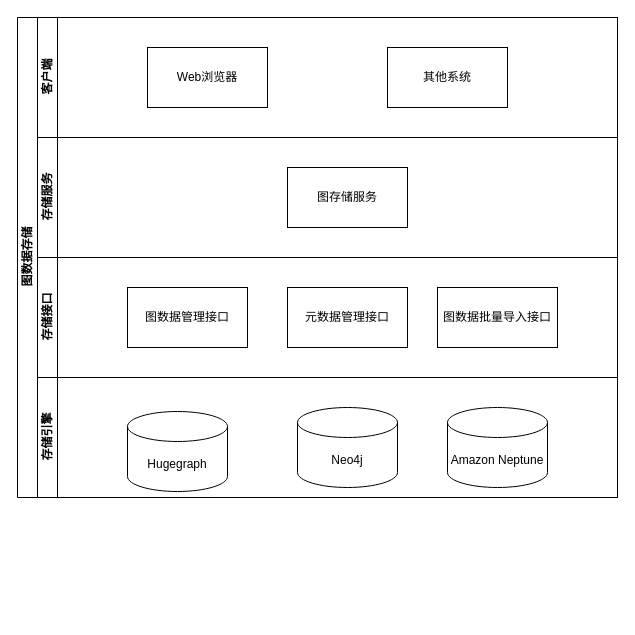
The draw.io diagram 图数据存储概要设计说明.drawio in Missnaughty/drawio, before the edit. Source tidied: cells renumbered, new cells numbered last; positions are measured from the earlier drawing's top-left corner, leaving out a move shared by most shapes. Both pictures are drawn from the tidied source at 100%, with x=0, y=0 at pixel (17, 17).
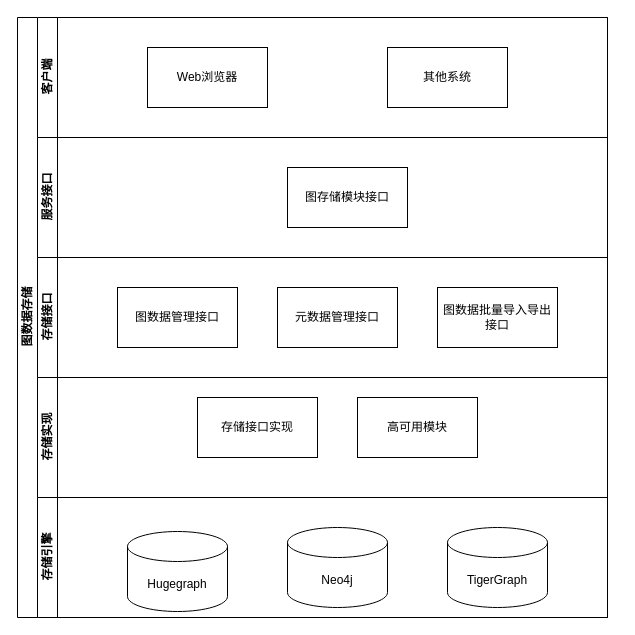
The same page after the edit.

Commit message:
更新图数据存储概要设计说明.drawio

What changed in the source:
```diff
@@
 <mxGraphModel>
   <root>
     <mxCell id="0" />
     <mxCell id="1" parent="0" />
     <mxCell id="2" value="图数据存储" style="swimlane;horizontal=0;startSize=20;html=1;" parent="1" vertex="1">
-      <mxGeometry width="600" height="480" as="geometry" />
+      <mxGeometry width="590" height="600" as="geometry" />
     </mxCell>
     <mxCell id="3" value="客户端" style="swimlane;startSize=20;horizontal=0;html=1;" parent="2" vertex="1">
-      <mxGeometry x="20" width="580" height="120" as="geometry" />
+      <mxGeometry x="20" width="570" height="120" as="geometry" />
     </mxCell>
     <mxCell id="4" value="Web浏览器" style="rounded=0;whiteSpace=wrap;html=1;" parent="3" vertex="1">
       <mxGeometry x="110" y="30" width="120" height="60" as="geometry" />
     </mxCell>
     <mxCell id="5" value="其他系统" style="rounded=0;whiteSpace=wrap;html=1;" parent="3" vertex="1">
       <mxGeometry x="350" y="30" width="120" height="60" as="geometry" />
     </mxCell>
-    <mxCell id="6" value="存储服务" style="swimlane;startSize=20;horizontal=0;html=1;" parent="2" vertex="1">
-      <mxGeometry x="20" y="120" width="580" height="120" as="geometry" />
+    <mxCell id="6" value="服务接口" style="swimlane;startSize=20;horizontal=0;html=1;" parent="2" vertex="1">
+      <mxGeometry x="20" y="120" width="570" height="120" as="geometry" />
     </mxCell>
-    <mxCell id="7" value="图存储服务" style="rounded=0;whiteSpace=wrap;html=1;" parent="6" vertex="1">
+    <mxCell id="7" value="图存储模块接口" style="rounded=0;whiteSpace=wrap;html=1;" parent="6" vertex="1">
       <mxGeometry x="250" y="30" width="120" height="60" as="geometry" />
     </mxCell>
     <mxCell id="8" value="存储接口" style="swimlane;startSize=20;horizontal=0;html=1;" parent="2" vertex="1">
-      <mxGeometry x="20" y="240" width="580" height="120" as="geometry" />
+      <mxGeometry x="20" y="240" width="570" height="120" as="geometry" />
     </mxCell>
     <mxCell id="9" value="图数据管理接口" style="rounded=0;whiteSpace=wrap;html=1;" parent="8" vertex="1">
-      <mxGeometry x="90" y="30" width="120" height="60" as="geometry" />
+      <mxGeometry x="80" y="30" width="120" height="60" as="geometry" />
     </mxCell>
     <mxCell id="10" value="元数据管理接口" style="rounded=0;whiteSpace=wrap;html=1;" parent="8" vertex="1">
-      <mxGeometry x="250" y="30" width="120" height="60" as="geometry" />
+      <mxGeometry x="240" y="30" width="120" height="60" as="geometry" />
     </mxCell>
-    <mxCell id="11" value="图数据批量导入接口" style="rounded=0;whiteSpace=wrap;html=1;" parent="8" vertex="1">
+    <mxCell id="11" value="图数据批量导入导出接口" style="rounded=0;whiteSpace=wrap;html=1;" parent="8" vertex="1">
       <mxGeometry x="400" y="30" width="120" height="60" as="geometry" />
     </mxCell>
-    <mxCell id="12" value="存储引擎" style="swimlane;startSize=20;horizontal=0;html=1;" parent="2" vertex="1">
-      <mxGeometry x="20" y="360" width="580" height="120" as="geometry" />
+    <mxCell id="12" value="存储实现" style="swimlane;startSize=20;horizontal=0;html=1;" parent="2" vertex="1">
+      <mxGeometry x="20" y="360" width="570" height="120" as="geometry" />
     </mxCell>
+    <mxCell id="16" value="存储接口实现" style="rounded=0;whiteSpace=wrap;html=1;" parent="12" vertex="1">
+      <mxGeometry x="160" y="20" width="120" height="60" as="geometry" />
+    </mxCell>
+    <mxCell id="17" value="高可用模块" style="rounded=0;whiteSpace=wrap;html=1;" parent="12" vertex="1">
+      <mxGeometry x="320" y="20" width="120" height="60" as="geometry" />
+    </mxCell>
+    <mxCell id="18" value="存储引擎" style="swimlane;startSize=20;horizontal=0;html=1;" parent="2" vertex="1">
+      <mxGeometry x="20" y="480" width="570" height="120" as="geometry" />
+    </mxCell>
-    <mxCell id="13" value="Hugegraph" style="shape=cylinder3;whiteSpace=wrap;html=1;boundedLbl=1;backgroundOutline=1;size=15;" parent="12" vertex="1">
+    <mxCell id="13" value="Hugegraph" style="shape=cylinder3;whiteSpace=wrap;html=1;boundedLbl=1;backgroundOutline=1;size=15;" parent="18" vertex="1">
       <mxGeometry x="90" y="34" width="100" height="80" as="geometry" />
     </mxCell>
-    <mxCell id="14" value="Neo4j" style="shape=cylinder3;whiteSpace=wrap;html=1;boundedLbl=1;backgroundOutline=1;size=15;" parent="12" vertex="1">
-      <mxGeometry x="260" y="30" width="100" height="80" as="geometry" />
+    <mxCell id="14" value="Neo4j" style="shape=cylinder3;whiteSpace=wrap;html=1;boundedLbl=1;backgroundOutline=1;size=15;" parent="18" vertex="1">
+      <mxGeometry x="250" y="30" width="100" height="80" as="geometry" />
     </mxCell>
-    <mxCell id="15" value="Amazon Neptune" style="shape=cylinder3;whiteSpace=wrap;html=1;boundedLbl=1;backgroundOutline=1;size=15;" parent="12" vertex="1">
-      <mxGeometry x="410" y="30" width="100" height="80" as="geometry" />
-    </mxCell>
+    <mxCell id="19" value="TigerGraph " style="shape=cylinder3;whiteSpace=wrap;html=1;boundedLbl=1;backgroundOutline=1;size=15;" parent="18" vertex="1">
+      <mxGeometry x="410" y="30" width="100" height="80" as="geometry" />
+    </mxCell>
   </root>
 </mxGraphModel>
```
